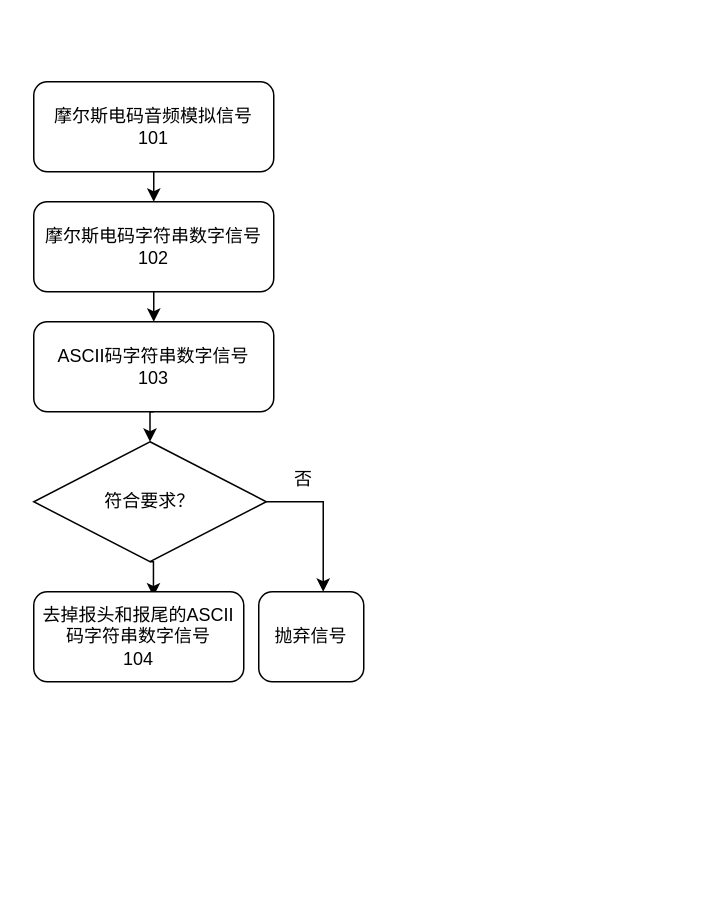
This is test chat.drawio from catchFishCat/Morse-code-patent, a draw.io file, before an edit. Source tidied: cells renumbered, new cells numbered last; positions are measured from the earlier drawing's top-left corner, leaving out a move shared by most shapes. Both pictures are drawn from the tidied source at 150%, with x=0, y=0 at pixel (33, 81).
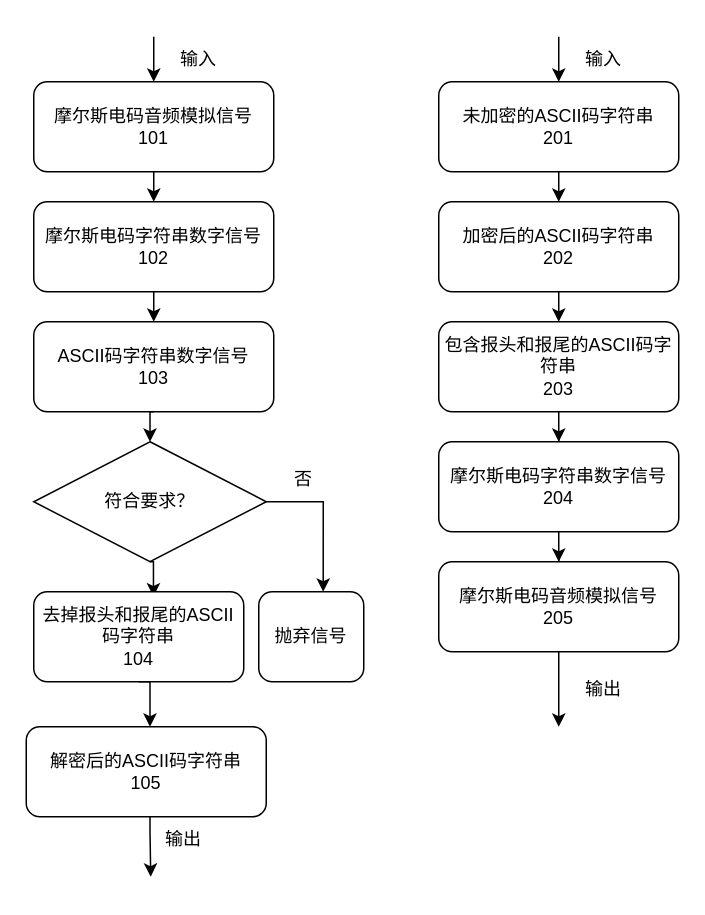
Above is the later version.

Change to the diagram source:
```diff
@@
+    <mxCell id="14" style="edgeStyle=orthogonalEdgeStyle;rounded=0;jettySize=auto;html=1;exitX=0.5;exitY=1;exitDx=0;exitDy=0;entryX=0.5;entryY=0;entryDx=0;entryDy=0;" parent="1" edge="1" source="13">
+      <mxGeometry relative="1" as="geometry">
+        <mxPoint x="77.5" y="430" as="targetPoint" />
+      </mxGeometry>
+    </mxCell>
-    <mxCell id="13" value="去掉报头和报尾的ASCII码字符串数字信号&lt;br&gt;104" style="rounded=1;whiteSpace=wrap;html=1;" parent="1" vertex="1">
+    <mxCell id="13" value="去掉报头和报尾的ASCII码字符串&lt;br&gt;104" style="rounded=1;whiteSpace=wrap;html=1;" parent="1" vertex="1">
       <mxGeometry y="340" width="140" height="60" as="geometry" />
     </mxCell>
+    <mxCell id="15" style="edgeStyle=orthogonalEdgeStyle;rounded=0;orthogonalLoop=1;jettySize=auto;html=1;exitX=0.5;exitY=1;exitDx=0;exitDy=0;" parent="1" edge="1">
+      <mxGeometry relative="1" as="geometry">
+        <mxPoint x="77.5" y="490" as="sourcePoint" />
+        <mxPoint x="78" y="530" as="targetPoint" />
+        <Array as="points">
+          <mxPoint x="78" y="500" />
+          <mxPoint x="78" y="500" />
+        </Array>
+      </mxGeometry>
+    </mxCell>
+    <mxCell id="16" value="解密后的ASCII码字符串&lt;br&gt;105" style="rounded=1;whiteSpace=wrap;html=1;" parent="1" vertex="1">
+      <mxGeometry x="-5" y="430" width="160" height="60" as="geometry" />
+    </mxCell>
+    <mxCell id="17" value="输出" style="text;html=1;strokeColor=none;fillColor=none;align=center;verticalAlign=middle;whiteSpace=wrap;rounded=0;" parent="1" vertex="1">
+      <mxGeometry x="70" y="490" width="60" height="30" as="geometry" />
+    </mxCell>
+    <mxCell id="18" style="edgeStyle=orthogonalEdgeStyle;rounded=0;jettySize=auto;html=1;exitX=0.5;exitY=1;exitDx=0;exitDy=0;entryX=0.5;entryY=0;entryDx=0;entryDy=0;" parent="1" edge="1" source="19" target="23">
+      <mxGeometry relative="1" as="geometry" />
+    </mxCell>
+    <mxCell id="19" value="加密后的ASCII码字符串&lt;br&gt;202" style="rounded=1;whiteSpace=wrap;html=1;" parent="1" vertex="1">
+      <mxGeometry x="270" y="80" width="160" height="60" as="geometry" />
+    </mxCell>
+    <mxCell id="20" style="edgeStyle=orthogonalEdgeStyle;rounded=0;jettySize=auto;html=1;exitX=0.5;exitY=1;exitDx=0;exitDy=0;entryX=0.5;entryY=0;entryDx=0;entryDy=0;" parent="1" edge="1" source="21" target="19">
+      <mxGeometry relative="1" as="geometry" />
+    </mxCell>
+    <mxCell id="21" value="未加密的ASCII码字符串&lt;br&gt;201" style="rounded=1;whiteSpace=wrap;html=1;" parent="1" vertex="1">
+      <mxGeometry x="270" width="160" height="60" as="geometry" />
+    </mxCell>
+    <mxCell id="22" style="edgeStyle=orthogonalEdgeStyle;rounded=0;jettySize=auto;html=1;exitX=0.5;exitY=1;exitDx=0;exitDy=0;" parent="1" edge="1" source="23" target="25">
+      <mxGeometry relative="1" as="geometry" />
+    </mxCell>
+    <mxCell id="23" value="包含报头和报尾的ASCII码字符串&lt;br&gt;203" style="rounded=1;whiteSpace=wrap;html=1;" parent="1" vertex="1">
+      <mxGeometry x="270" y="160" width="160" height="60" as="geometry" />
+    </mxCell>
+    <mxCell id="24" style="edgeStyle=orthogonalEdgeStyle;rounded=0;jettySize=auto;html=1;exitX=0.5;exitY=1;exitDx=0;exitDy=0;" parent="1" edge="1" source="25" target="27">
+      <mxGeometry relative="1" as="geometry" />
+    </mxCell>
+    <mxCell id="25" value="摩尔斯电码字符串数字信号&lt;br&gt;204" style="rounded=1;whiteSpace=wrap;html=1;" parent="1" vertex="1">
+      <mxGeometry x="270" y="240" width="160" height="60" as="geometry" />
+    </mxCell>
+    <mxCell id="26" style="edgeStyle=orthogonalEdgeStyle;rounded=0;jettySize=auto;html=1;exitX=0.5;exitY=1;exitDx=0;exitDy=0;" parent="1" edge="1" source="27">
+      <mxGeometry relative="1" as="geometry">
+        <mxPoint x="350" y="430" as="targetPoint" />
+      </mxGeometry>
+    </mxCell>
+    <mxCell id="27" value="摩尔斯电码音频模拟信号&lt;br&gt;205" style="rounded=1;whiteSpace=wrap;html=1;" parent="1" vertex="1">
+      <mxGeometry x="270" y="320" width="160" height="60" as="geometry" />
+    </mxCell>
+    <mxCell id="28" style="endArrow=classic;html=1;rounded=0;entryX=0.5;entryY=0;entryDx=0;entryDy=0;" parent="1" edge="1" target="21">
+      <mxGeometry relative="1" as="geometry">
+        <mxPoint x="350" y="-30" as="sourcePoint" />
+      </mxGeometry>
+    </mxCell>
+    <mxCell id="29" value="输入" style="text;html=1;strokeColor=none;fillColor=none;align=center;verticalAlign=middle;whiteSpace=wrap;rounded=0;" parent="1" vertex="1">
+      <mxGeometry x="350" y="-30" width="60" height="30" as="geometry" />
+    </mxCell>
+    <mxCell id="30" style="endArrow=classic;html=1;rounded=0;entryX=0.5;entryY=0;entryDx=0;entryDy=0;" parent="1" edge="1">
+      <mxGeometry relative="1" as="geometry">
+        <mxPoint x="80" y="-30" as="sourcePoint" />
+        <mxPoint x="80" as="targetPoint" />
+      </mxGeometry>
+    </mxCell>
+    <mxCell id="31" value="输入" style="text;html=1;strokeColor=none;fillColor=none;align=center;verticalAlign=middle;whiteSpace=wrap;rounded=0;" parent="1" vertex="1">
+      <mxGeometry x="80" y="-30" width="60" height="30" as="geometry" />
+    </mxCell>
+    <mxCell id="32" value="输出" style="text;html=1;strokeColor=none;fillColor=none;align=center;verticalAlign=middle;whiteSpace=wrap;rounded=0;" parent="1" vertex="1">
+      <mxGeometry x="350" y="390" width="60" height="30" as="geometry" />
+    </mxCell>
```
